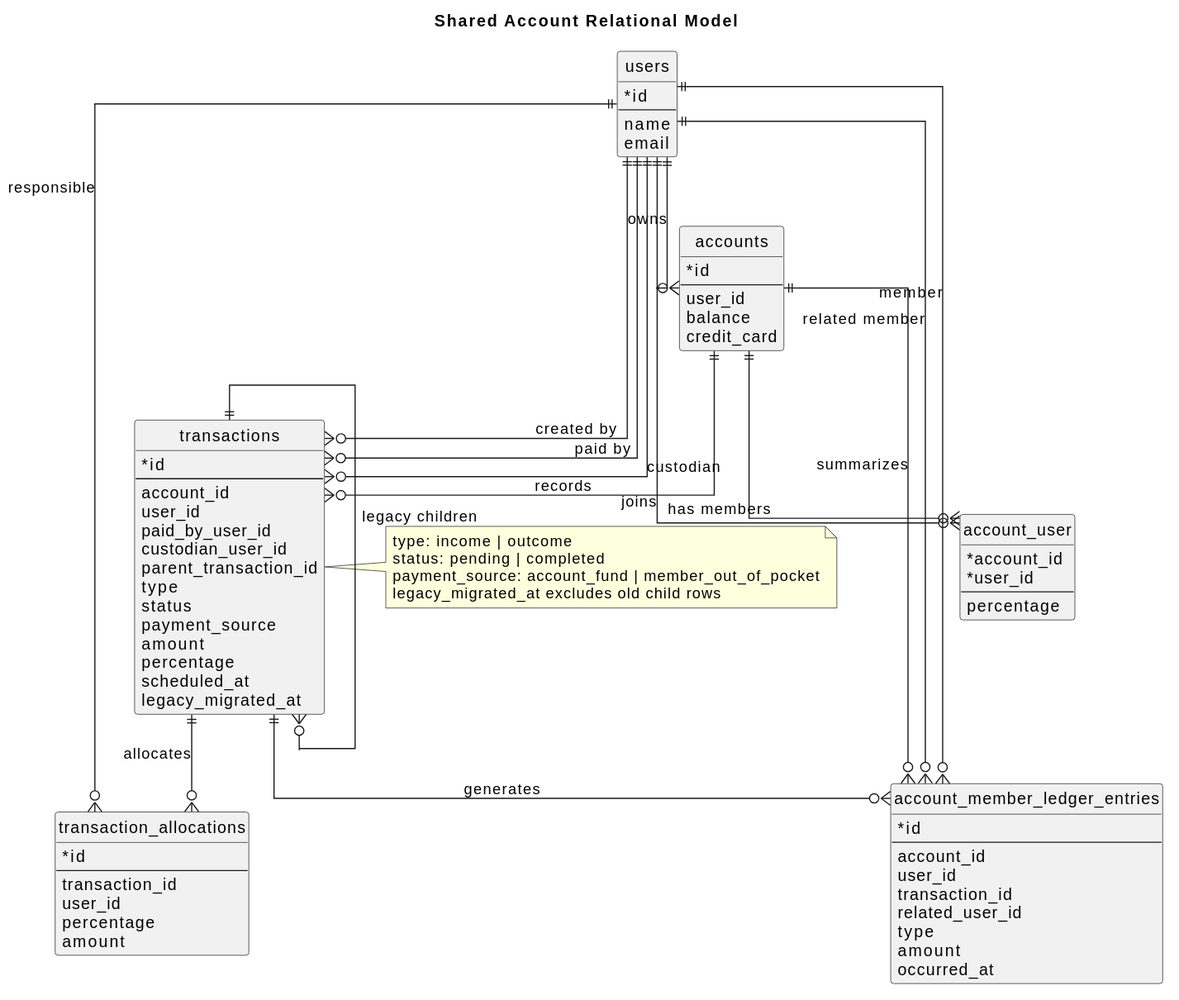
javleds/simple_finances keeps this PlantUML diagram as docs/diagrams/shared-account-relations.svg. Above is the earlier version. Its diagram source:
```plantuml
@startuml
title Shared Account Relational Model

hide circle
skinparam linetype ortho
skinparam classAttributeIconSize 0

entity users {
  * id
  --
  name
  email
}

entity accounts {
  * id
  --
  user_id
  balance
  credit_card
}

entity account_user {
  * account_id
  * user_id
  --
  percentage
}

entity transactions {
  * id
  --
  account_id
  user_id
  paid_by_user_id
  custodian_user_id
  parent_transaction_id
  type
  status
  payment_source
  amount
  percentage
  scheduled_at
  legacy_migrated_at
}

entity transaction_allocations {
  * id
  --
  transaction_id
  user_id
  percentage
  amount
}

entity account_member_ledger_entries {
  * id
  --
  account_id
  user_id
  transaction_id
  related_user_id
  type
  amount
  occurred_at
}

users ||--o{ accounts : owns
accounts ||--o{ account_user : has members
users ||--o{ account_user : joins
accounts ||--o{ transactions : records
users ||--o{ transactions : created by
users ||--o{ transactions : paid by
users ||--o{ transactions : custodian
transactions ||--o{ transactions : legacy children
transactions ||--o{ transaction_allocations : allocates
users ||--o{ transaction_allocations : responsible
accounts ||--o{ account_member_ledger_entries : summarizes
transactions ||--o{ account_member_ledger_entries : generates
users ||--o{ account_member_ledger_entries : member
users ||--o{ account_member_ledger_entries : related member

note right of transactions
type: income | outcome
status: pending | completed
payment_source: account_fund | member_out_of_pocket
legacy_migrated_at excludes old child rows
end note
@enduml
```
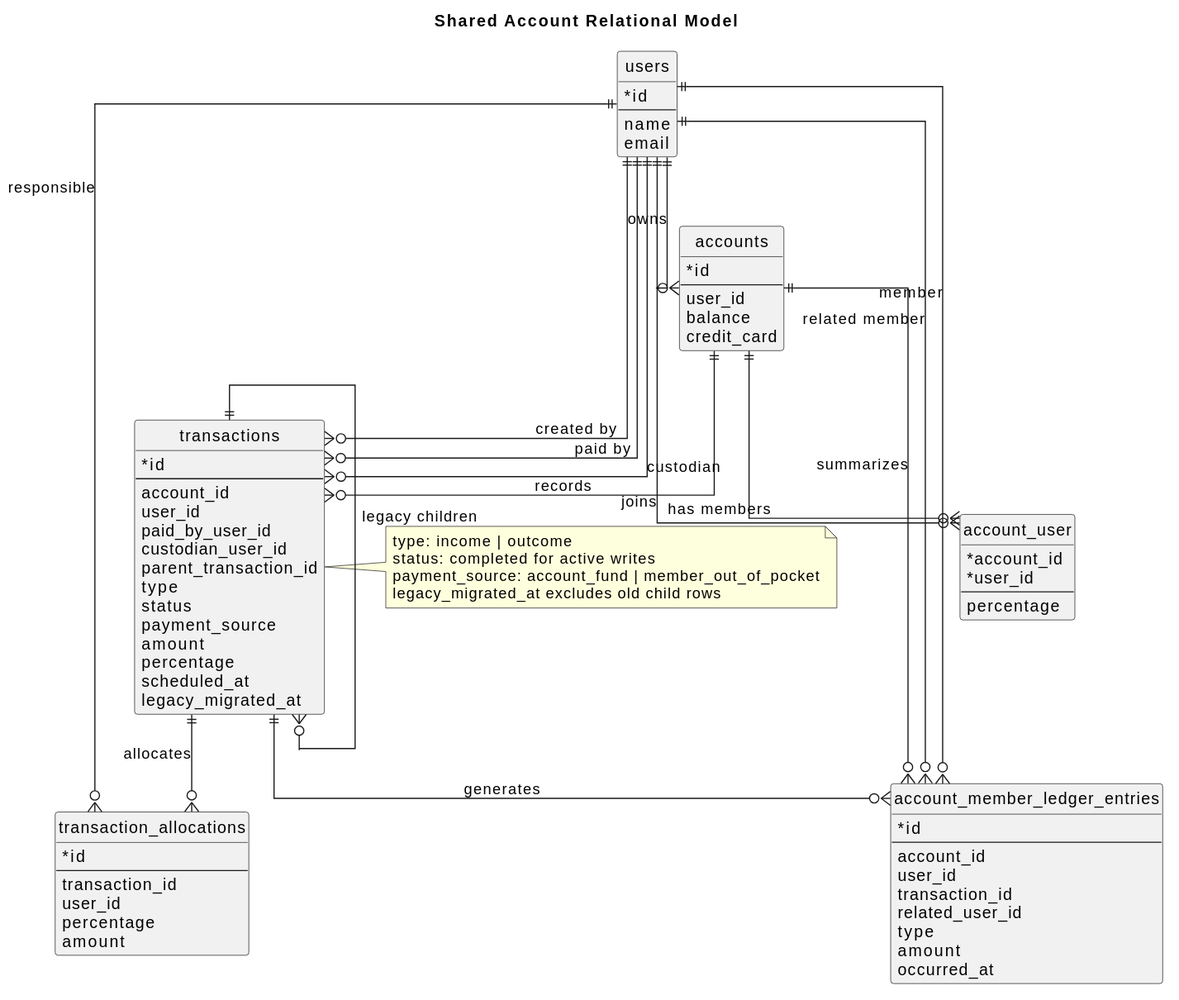
After the commit.

What changed in the source:
```diff
@@ -82,7 +82,7 @@
 
 note right of transactions
 type: income | outcome
-status: pending | completed
+status: completed for active writes
 payment_source: account_fund | member_out_of_pocket
 legacy_migrated_at excludes old child rows
 end note
```
